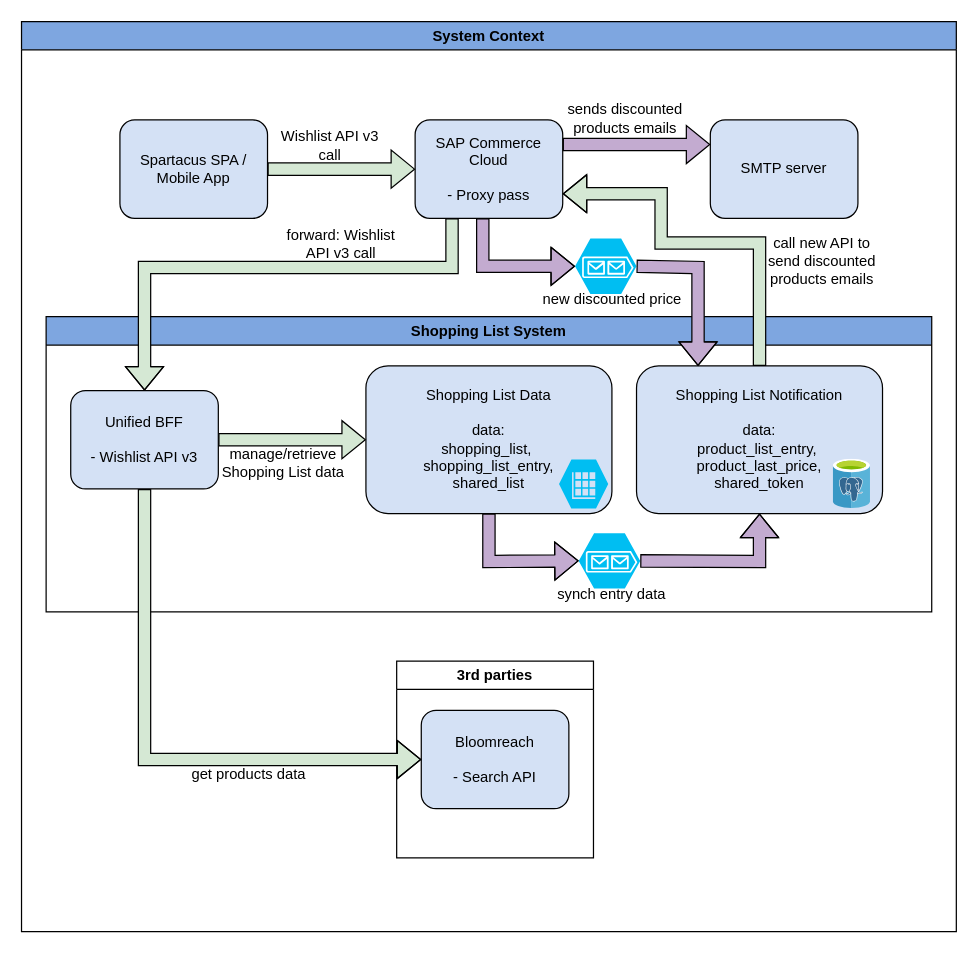
This is graphs/target_conceptual_view_sad_shopping_list.drawio from d-figuccia/draw-io, a draw.io file, before an edit. Source tidied: cells renumbered, new cells numbered last; positions are measured from the earlier drawing's top-left corner, leaving out a move shared by most shapes. Both pictures are drawn from the tidied source at 123%, with x=0, y=0 at pixel (21, 21).
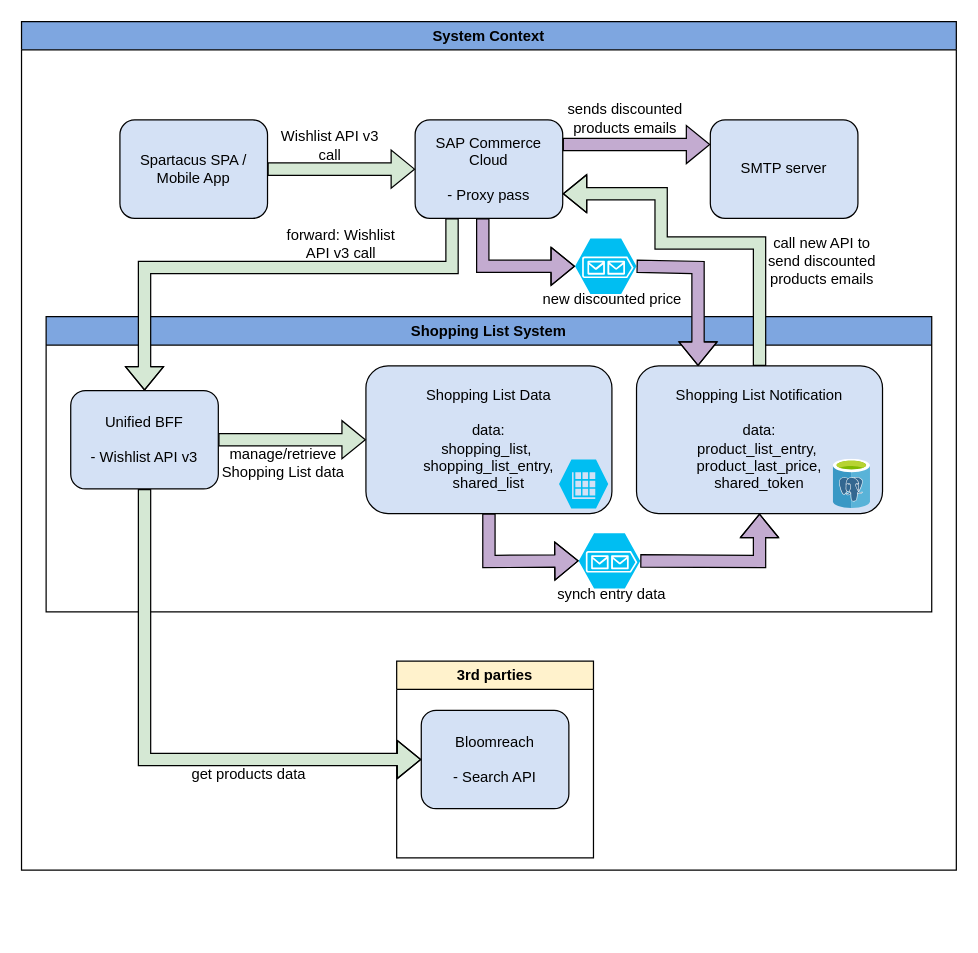
Above is the later version.

Diff of the diagram source:
```diff
@@
     <mxCell id="2" value="System Context" style="swimlane;whiteSpace=wrap;html=1;fillColor=#7EA6E0;" parent="1" vertex="1">
-      <mxGeometry width="760" height="740" as="geometry" />
+      <mxGeometry width="760" height="690" as="geometry" />
     </mxCell>
@@
-    <mxCell id="30" value="3rd parties" style="swimlane;whiteSpace=wrap;html=1;" parent="2" vertex="1">
+    <mxCell id="30" value="3rd parties" style="swimlane;whiteSpace=wrap;html=1;fillColor=#FFF2CC;" parent="2" vertex="1">
       <mxGeometry x="305" y="520" width="160" height="160" as="geometry" />
     </mxCell>
```
